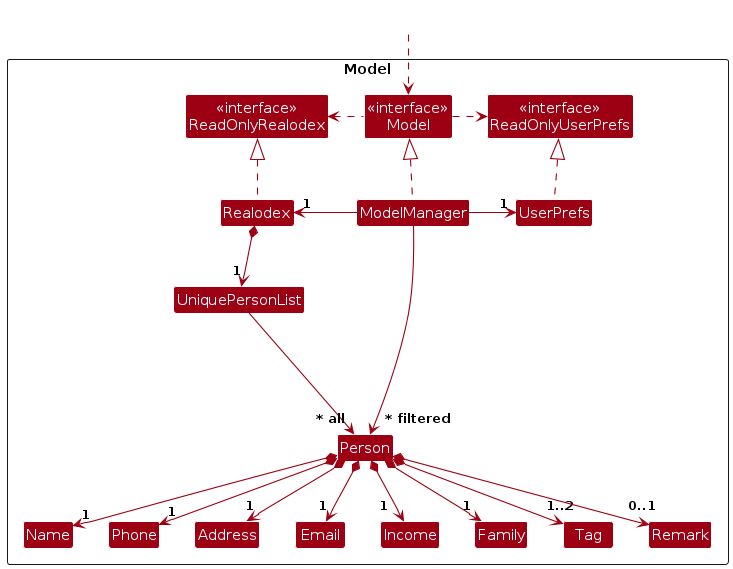
This is diagrams/ModelClassDiagram.png from AY2324S2-CS2103T-W10-1/tp, a PlantUML export, as it was before one commit. Its source is kept beside it as diagrams/ModelClassDiagram.puml.
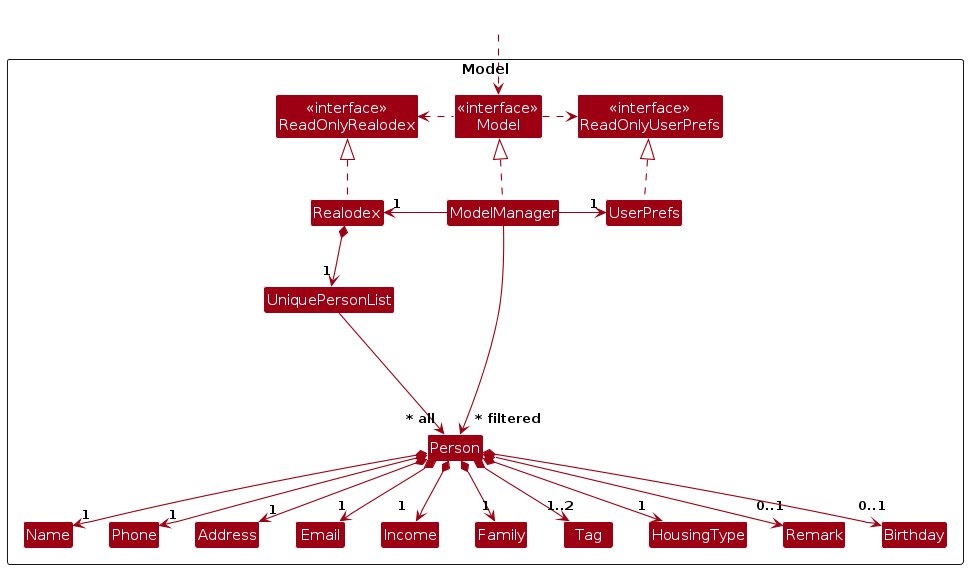
The same diagram one commit later.

Diff of the diagram source:
```diff
@@ -21,7 +21,9 @@
 Class Phone
 Class Family
 Class Tag
+Class HousingType
 Class Remark
+Class Birthday
 
 Class I #FFFFFF
 }
@@ -46,8 +48,10 @@
 Person *--> "1" Email
 Person *--> "1" Address
 Person *--> "1" Family
+Person *--> "1" HousingType
 Person *--> "   1..2" Tag
 Person *--> "   0..1" Remark
+Person *--> "   0..1" Birthday
 
 Person -[hidden]up--> I
 UniquePersonList -[hidden]right-> I
```
